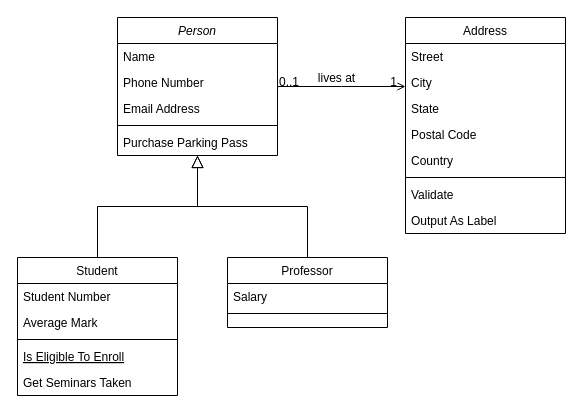
Above: lesson1/Untitled Diagram.drawio in IvanRedmanArkhipov/oop (draw.io), before the change. Source tidied: cells renumbered, new cells numbered last; positions are measured from the earlier drawing's top-left corner, leaving out a move shared by most shapes. Both pictures are drawn from the tidied source at 100%, with x=0, y=0 at pixel (17, 17).
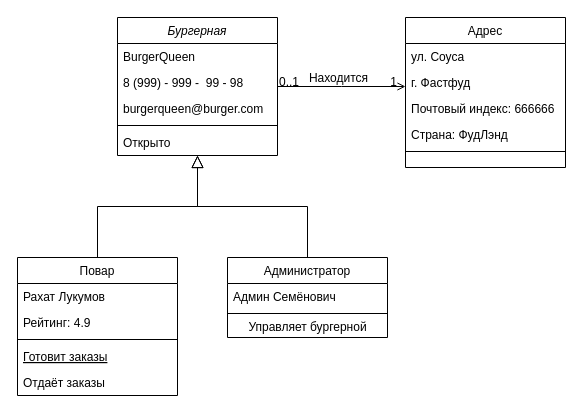
After the change.

Unchanged cells that the change refers to:
```xml
<mxCell id="28" style="endArrow=open;shadow=0;strokeWidth=1;rounded=0;endFill=1;edgeStyle=elbowEdgeStyle;elbow=vertical;" parent="1" edge="1" source="2" target="19">
  <mxGeometry x="0.5" y="41" relative="1" as="geometry">
    <mxPoint x="-40" y="32" as="offset" />
  </mxGeometry>
</mxCell>
```

What changed in the source:
```diff
@@
-    <mxCell id="2" value="Person" style="swimlane;fontStyle=2;align=center;verticalAlign=top;horizontal=1;startSize=26;rounded=0;shadow=0;strokeWidth=1;" parent="1" vertex="1">
+    <mxCell id="2" value="Бургерная" style="swimlane;fontStyle=2;align=center;verticalAlign=top;horizontal=1;startSize=26;rounded=0;shadow=0;strokeWidth=1;" parent="1" vertex="1">
       <mxGeometry x="100" width="160" height="138" as="geometry" />
     </mxCell>
-    <mxCell id="3" value="Name" style="text;align=left;verticalAlign=top;spacingLeft=4;spacingRight=4;overflow=hidden;" parent="2" vertex="1">
+    <mxCell id="3" value="BurgerQueen" style="text;align=left;verticalAlign=top;spacingLeft=4;spacingRight=4;overflow=hidden;" parent="2" vertex="1">
       <mxGeometry y="26" width="160" height="26" as="geometry" />
     </mxCell>
-    <mxCell id="4" value="Phone Number" style="text;align=left;verticalAlign=top;spacingLeft=4;spacingRight=4;overflow=hidden;rounded=0;shadow=0;html=0;" parent="2" vertex="1">
+    <mxCell id="4" value="8 (999) - 999 -  99 - 98" style="text;align=left;verticalAlign=top;spacingLeft=4;spacingRight=4;overflow=hidden;rounded=0;shadow=0;html=0;" parent="2" vertex="1">
       <mxGeometry y="52" width="160" height="26" as="geometry" />
     </mxCell>
-    <mxCell id="5" value="Email Address" style="text;align=left;verticalAlign=top;spacingLeft=4;spacingRight=4;overflow=hidden;rounded=0;shadow=0;html=0;" parent="2" vertex="1">
+    <mxCell id="5" value="burgerqueen@burger.com&#10;&#10;" style="text;align=left;verticalAlign=top;spacingLeft=4;spacingRight=4;overflow=hidden;rounded=0;shadow=0;html=0;" parent="2" vertex="1">
       <mxGeometry y="78" width="160" height="26" as="geometry" />
     </mxCell>
@@
-    <mxCell id="7" value="Purchase Parking Pass" style="text;align=left;verticalAlign=top;spacingLeft=4;spacingRight=4;overflow=hidden;" parent="2" vertex="1">
+    <mxCell id="7" value="Открыто" style="text;align=left;verticalAlign=top;spacingLeft=4;spacingRight=4;overflow=hidden;" parent="2" vertex="1">
       <mxGeometry y="112" width="160" height="26" as="geometry" />
     </mxCell>
-    <mxCell id="8" value="Student" style="swimlane;fontStyle=0;align=center;verticalAlign=top;horizontal=1;startSize=26;rounded=0;shadow=0;strokeWidth=1;" parent="1" vertex="1">
+    <mxCell id="8" value="Повар" style="swimlane;fontStyle=0;align=center;verticalAlign=top;horizontal=1;startSize=26;rounded=0;shadow=0;strokeWidth=1;" parent="1" vertex="1">
       <mxGeometry y="240" width="160" height="138" as="geometry" />
     </mxCell>
-    <mxCell id="9" value="Student Number" style="text;align=left;verticalAlign=top;spacingLeft=4;spacingRight=4;overflow=hidden;" parent="8" vertex="1">
+    <mxCell id="9" value="Рахат Лукумов" style="text;align=left;verticalAlign=top;spacingLeft=4;spacingRight=4;overflow=hidden;" parent="8" vertex="1">
       <mxGeometry y="26" width="160" height="26" as="geometry" />
     </mxCell>
-    <mxCell id="10" value="Average Mark" style="text;align=left;verticalAlign=top;spacingLeft=4;spacingRight=4;overflow=hidden;rounded=0;shadow=0;html=0;" parent="8" vertex="1">
+    <mxCell id="10" value="Рейтинг: 4.9" style="text;align=left;verticalAlign=top;spacingLeft=4;spacingRight=4;overflow=hidden;rounded=0;shadow=0;html=0;" parent="8" vertex="1">
       <mxGeometry y="52" width="160" height="26" as="geometry" />
     </mxCell>
@@
-    <mxCell id="12" value="Is Eligible To Enroll" style="text;align=left;verticalAlign=top;spacingLeft=4;spacingRight=4;overflow=hidden;fontStyle=4;" parent="8" vertex="1">
+    <mxCell id="12" value="Готовит заказы" style="text;align=left;verticalAlign=top;spacingLeft=4;spacingRight=4;overflow=hidden;fontStyle=4;" parent="8" vertex="1">
       <mxGeometry y="86" width="160" height="26" as="geometry" />
     </mxCell>
-    <mxCell id="13" value="Get Seminars Taken" style="text;align=left;verticalAlign=top;spacingLeft=4;spacingRight=4;overflow=hidden;" parent="8" vertex="1">
+    <mxCell id="13" value="Отдаёт заказы" style="text;align=left;verticalAlign=top;spacingLeft=4;spacingRight=4;overflow=hidden;" parent="8" vertex="1">
       <mxGeometry y="112" width="160" height="26" as="geometry" />
     </mxCell>
@@
-    <mxCell id="15" value="Professor" style="swimlane;fontStyle=0;align=center;verticalAlign=top;horizontal=1;startSize=26;rounded=0;shadow=0;strokeWidth=1;" parent="1" vertex="1">
-      <mxGeometry x="210" y="240" width="160" height="70" as="geometry" />
+    <mxCell id="15" value="Администратор" style="swimlane;fontStyle=0;align=center;verticalAlign=top;horizontal=1;startSize=26;rounded=0;shadow=0;strokeWidth=1;" parent="1" vertex="1">
+      <mxGeometry x="210" y="240" width="160" height="80" as="geometry" />
     </mxCell>
-    <mxCell id="16" value="Salary" style="text;align=left;verticalAlign=top;spacingLeft=4;spacingRight=4;overflow=hidden;" parent="15" vertex="1">
+    <mxCell id="16" value="Админ Семёнович" style="text;align=left;verticalAlign=top;spacingLeft=4;spacingRight=4;overflow=hidden;" parent="15" vertex="1">
       <mxGeometry y="26" width="160" height="26" as="geometry" />
     </mxCell>
@@
+    <mxCell id="32" value="Управляет бургерной" style="text;html=1;align=center;verticalAlign=middle;strokeColor=none;fillColor=none;" parent="15" vertex="1">
+      <mxGeometry y="60" width="160" height="20" as="geometry" />
+    </mxCell>
@@
-    <mxCell id="19" value="Address" style="swimlane;fontStyle=0;align=center;verticalAlign=top;horizontal=1;startSize=26;rounded=0;shadow=0;strokeWidth=1;" parent="1" vertex="1">
-      <mxGeometry x="388" width="160" height="216" as="geometry" />
+    <mxCell id="19" value="Адрес" style="swimlane;fontStyle=0;align=center;verticalAlign=top;horizontal=1;startSize=26;rounded=0;shadow=0;strokeWidth=1;strokeColor=default;noLabel=0;" parent="1" vertex="1">
+      <mxGeometry x="388" width="160" height="150" as="geometry" />
     </mxCell>
-    <mxCell id="20" value="Street" style="text;align=left;verticalAlign=top;spacingLeft=4;spacingRight=4;overflow=hidden;" parent="19" vertex="1">
+    <mxCell id="20" value="ул. Соуса" style="text;align=left;verticalAlign=top;spacingLeft=4;spacingRight=4;overflow=hidden;" parent="19" vertex="1">
       <mxGeometry y="26" width="160" height="26" as="geometry" />
     </mxCell>
-    <mxCell id="21" value="City" style="text;align=left;verticalAlign=top;spacingLeft=4;spacingRight=4;overflow=hidden;rounded=0;shadow=0;html=0;" parent="19" vertex="1">
+    <mxCell id="21" value="г. Фастфуд" style="text;align=left;verticalAlign=top;spacingLeft=4;spacingRight=4;overflow=hidden;rounded=0;shadow=0;html=0;" parent="19" vertex="1">
       <mxGeometry y="52" width="160" height="26" as="geometry" />
     </mxCell>
-    <mxCell id="22" value="State" style="text;align=left;verticalAlign=top;spacingLeft=4;spacingRight=4;overflow=hidden;rounded=0;shadow=0;html=0;" parent="19" vertex="1">
-      <mxGeometry y="78" width="160" height="26" as="geometry" />
-    </mxCell>
-    <mxCell id="23" value="Postal Code" style="text;align=left;verticalAlign=top;spacingLeft=4;spacingRight=4;overflow=hidden;rounded=0;shadow=0;html=0;" parent="19" vertex="1">
-      <mxGeometry y="104" width="160" height="26" as="geometry" />
+    <mxCell id="23" value="Почтовый индекс: 666666" style="text;align=left;verticalAlign=top;spacingLeft=4;spacingRight=4;overflow=hidden;rounded=0;shadow=0;html=0;" parent="19" vertex="1">
+      <mxGeometry y="78" width="160" height="26" as="geometry" />
     </mxCell>
-    <mxCell id="24" value="Country" style="text;align=left;verticalAlign=top;spacingLeft=4;spacingRight=4;overflow=hidden;rounded=0;shadow=0;html=0;" parent="19" vertex="1">
-      <mxGeometry y="130" width="160" height="26" as="geometry" />
+    <mxCell id="24" value="Страна: ФудЛэнд" style="text;align=left;verticalAlign=top;spacingLeft=4;spacingRight=4;overflow=hidden;rounded=0;shadow=0;html=0;" parent="19" vertex="1">
+      <mxGeometry y="104" width="160" height="26" as="geometry" />
     </mxCell>
     <mxCell id="25" style="line;html=1;strokeWidth=1;align=left;verticalAlign=middle;spacingTop=-1;spacingLeft=3;spacingRight=3;labelPosition=right;" parent="19" vertex="1">
-      <mxGeometry y="156" width="160" height="8" as="geometry" />
+      <mxGeometry y="130" width="160" height="8" as="geometry" />
     </mxCell>
-    <mxCell id="26" value="Validate" style="text;align=left;verticalAlign=top;spacingLeft=4;spacingRight=4;overflow=hidden;" parent="19" vertex="1">
-      <mxGeometry y="164" width="160" height="26" as="geometry" />
-    </mxCell>
-    <mxCell id="27" value="Output As Label" style="text;align=left;verticalAlign=top;spacingLeft=4;spacingRight=4;overflow=hidden;" parent="19" vertex="1">
-      <mxGeometry y="190" width="160" height="26" as="geometry" />
-    </mxCell>
@@
-    <mxCell id="31" value="lives at" style="text;html=1;align=center;verticalAlign=middle;labelBackgroundColor=none;rounded=0;shadow=0;strokeWidth=1;fontSize=12;" parent="28" vertex="1">
+    <mxCell id="31" value="Находится" style="text;html=1;align=center;verticalAlign=middle;labelBackgroundColor=none;rounded=0;shadow=0;strokeWidth=1;fontSize=12;" parent="28" vertex="1">
       <mxGeometry x="0.5" y="49" relative="1" as="geometry">
-        <mxPoint x="-38" y="40" as="offset" />
+        <mxPoint x="-36" y="40" as="offset" />
       </mxGeometry>
     </mxCell>
```
